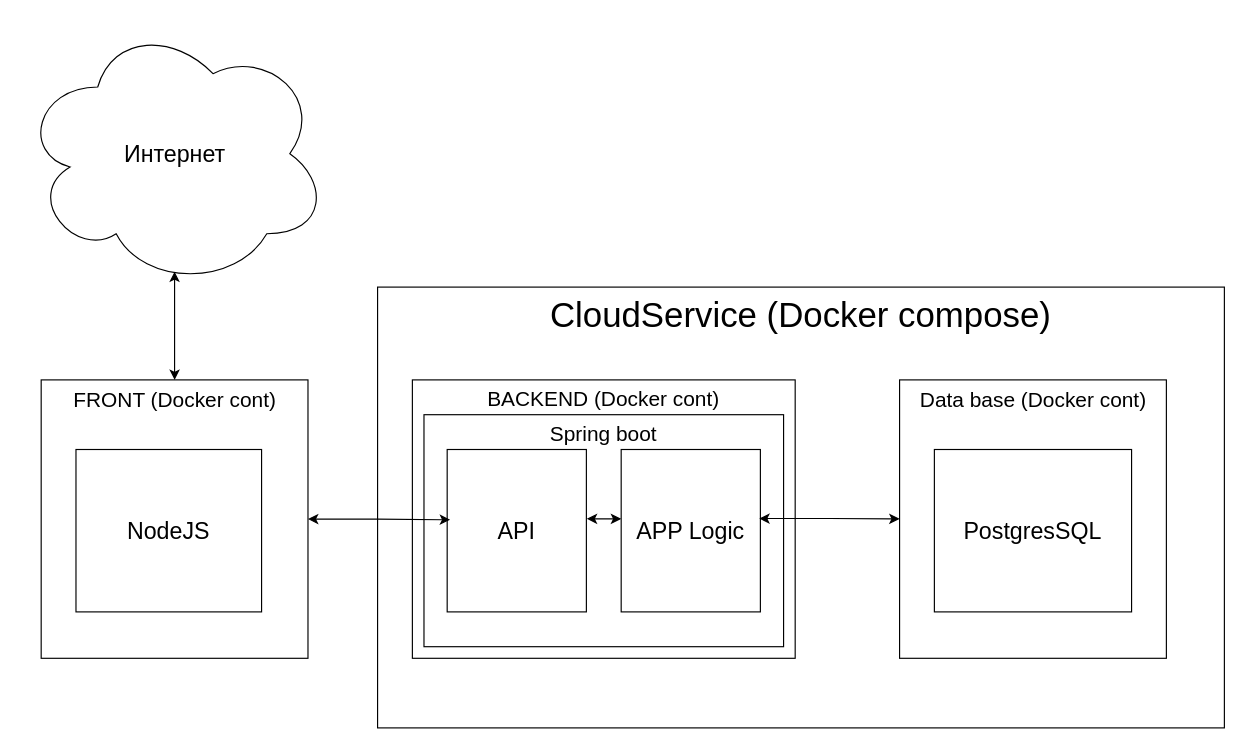
Above: documentation/Cloudservice schema.drawio in Sonic51888/DiplomCloudService (draw.io), before the change. Source tidied: cells renumbered, new cells numbered last; positions are measured from the earlier drawing's top-left corner, leaving out a move shared by most shapes. Both pictures are drawn from the tidied source at 116%, with x=0, y=0 at pixel (20, 20).
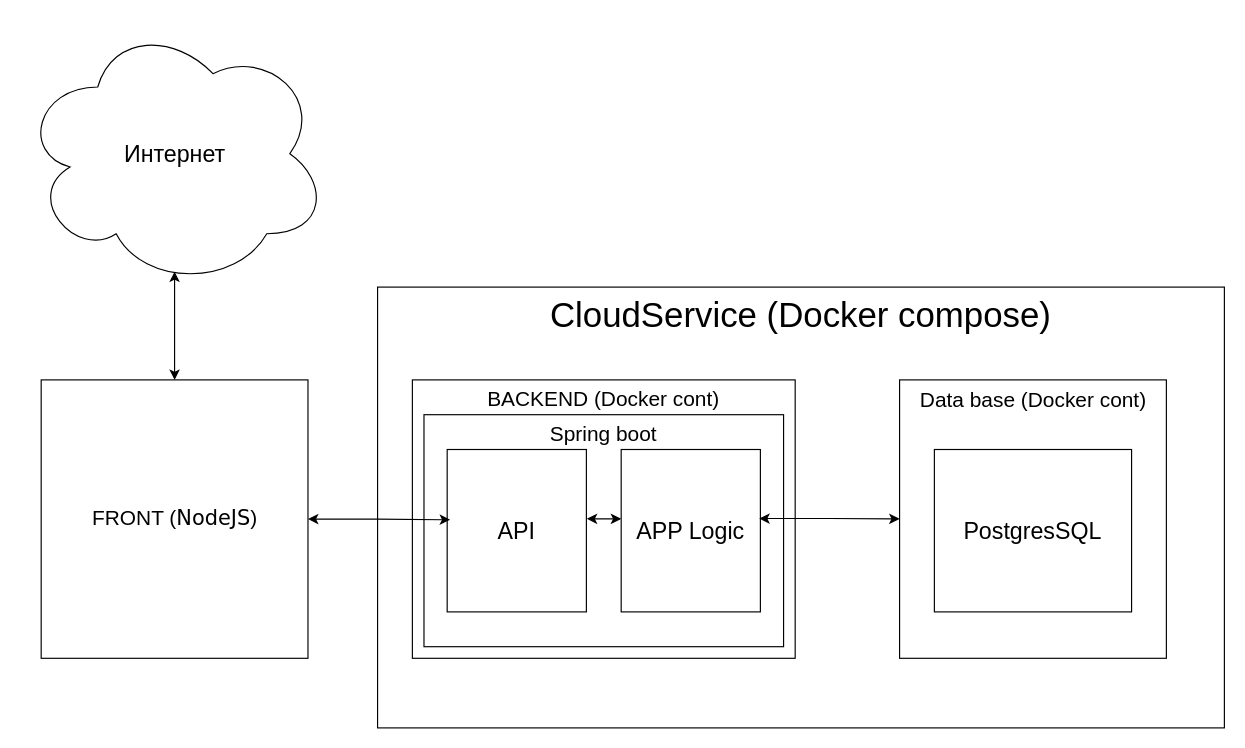
After the change.

The edit, as a diff of the source:
```diff
@@
 <mxGraphModel>
   <root>
     <mxCell id="0" />
     <mxCell id="1" parent="0" />
     <mxCell id="2" value="&lt;font style=&quot;font-size: 20px;&quot;&gt;Интернет&lt;/font&gt;" style="ellipse;shape=cloud;whiteSpace=wrap;html=1;" parent="1" vertex="1">
       <mxGeometry x="0.5" width="265" height="230" as="geometry" />
     </mxCell>
     <mxCell id="3" value="CloudService (Docker compose)" style="rounded=0;whiteSpace=wrap;html=1;verticalAlign=top;fontSize=30;" parent="1" vertex="1">
       <mxGeometry x="308" y="230" width="730" height="380" as="geometry" />
     </mxCell>
     <mxCell id="4" style="edgeStyle=orthogonalEdgeStyle;rounded=0;jettySize=auto;html=1;entryX=0.5;entryY=0.942;entryDx=0;entryDy=0;entryPerimeter=0;startArrow=classic;startFill=1;" parent="1" edge="1" source="5" target="2">
       <mxGeometry relative="1" as="geometry" />
     </mxCell>
-    <mxCell id="5" value="&lt;font face=&quot;Helvetica&quot;&gt;FRONT (Docker cont)&lt;/font&gt;" style="html=1;rounded=0;shadow=0;comic=0;labelBackgroundColor=none;strokeWidth=1;fontFamily=Verdana;fontSize=18;align=center;verticalAlign=top;" parent="1" vertex="1">
+    <mxCell id="5" value="&lt;font face=&quot;Helvetica&quot;&gt;FRONT (&lt;/font&gt;NodeJS&lt;font face=&quot;Helvetica&quot;&gt;)&lt;/font&gt;" style="html=1;rounded=0;shadow=0;comic=0;labelBackgroundColor=none;strokeWidth=1;fontFamily=Verdana;fontSize=18;align=center;verticalAlign=middle;" parent="1" vertex="1">
       <mxGeometry x="18" y="310" width="230" height="240" as="geometry" />
     </mxCell>
     <mxCell id="6" value="BACKEND (Docker cont)" style="rounded=0;whiteSpace=wrap;html=1;verticalAlign=top;fontSize=18;" parent="1" vertex="1">
       <mxGeometry x="338" y="310" width="330" height="240" as="geometry" />
     </mxCell>
     <mxCell id="7" value="&lt;font face=&quot;Helvetica&quot;&gt;Data base (Docker cont)&lt;/font&gt;" style="html=1;rounded=0;shadow=0;comic=0;labelBackgroundColor=none;strokeWidth=1;fontFamily=Verdana;fontSize=18;align=center;verticalAlign=top;" parent="1" vertex="1">
       <mxGeometry x="758" y="310" width="230" height="240" as="geometry" />
     </mxCell>
     <mxCell id="8" value="Spring boot" style="rounded=0;whiteSpace=wrap;html=1;verticalAlign=top;fontSize=18;" parent="1" vertex="1">
       <mxGeometry x="348" y="340" width="310" height="200" as="geometry" />
     </mxCell>
     <mxCell id="9" style="edgeStyle=orthogonalEdgeStyle;rounded=0;jettySize=auto;html=1;startArrow=classic;startFill=1;exitX=1.003;exitY=0.427;exitDx=0;exitDy=0;exitPerimeter=0;entryX=0;entryY=0.432;entryDx=0;entryDy=0;entryPerimeter=0;" parent="1" edge="1" source="10" target="12">
       <mxGeometry relative="1" as="geometry" />
     </mxCell>
     <mxCell id="10" value="API" style="rounded=0;whiteSpace=wrap;html=1;fontSize=20;" parent="1" vertex="1">
       <mxGeometry x="368" y="370" width="120" height="140" as="geometry" />
     </mxCell>
-    <mxCell id="11" value="NodeJS" style="rounded=0;whiteSpace=wrap;html=1;fontSize=20;" parent="1" vertex="1">
-      <mxGeometry x="48" y="370" width="160" height="140" as="geometry" />
-    </mxCell>
     <mxCell id="12" value="APP Logic" style="rounded=0;whiteSpace=wrap;html=1;fontSize=20;" parent="1" vertex="1">
       <mxGeometry x="518" y="370" width="120" height="140" as="geometry" />
     </mxCell>
     <mxCell id="13" value="PostgresSQL" style="rounded=0;whiteSpace=wrap;html=1;fontSize=20;" parent="1" vertex="1">
       <mxGeometry x="788" y="370" width="170" height="140" as="geometry" />
     </mxCell>
     <mxCell id="14" style="edgeStyle=orthogonalEdgeStyle;rounded=0;jettySize=auto;html=1;entryX=0.021;entryY=0.433;entryDx=0;entryDy=0;entryPerimeter=0;startArrow=classic;startFill=1;" parent="1" edge="1" source="5" target="10">
       <mxGeometry relative="1" as="geometry" />
     </mxCell>
     <mxCell id="15" style="edgeStyle=orthogonalEdgeStyle;rounded=0;jettySize=auto;html=1;startArrow=classic;startFill=1;exitX=0.992;exitY=0.425;exitDx=0;exitDy=0;exitPerimeter=0;" parent="1" edge="1" source="12">
       <mxGeometry relative="1" as="geometry">
         <mxPoint x="758" y="429.8" as="targetPoint" />
       </mxGeometry>
     </mxCell>
   </root>
 </mxGraphModel>
```
